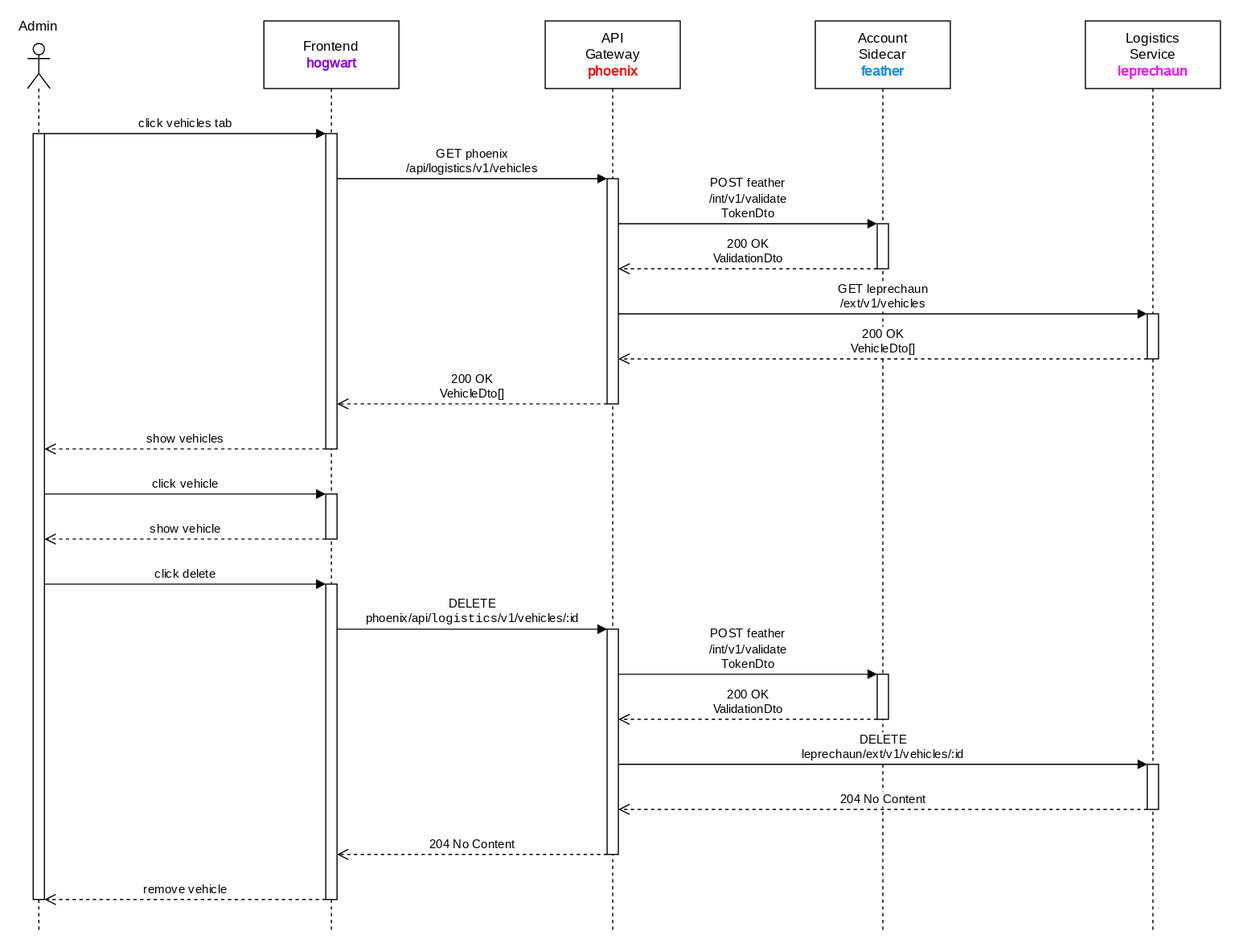
Earlier version of the draw.io export documentation/course/e2/images/sequence-diagram-leprechaun-remove-vehicle.drawio.svg (PWR-ACS-SE-24/SoftwareSystemDesign). Source tidied: cells renumbered, new cells last; positions are measured from the earlier drawing's top-left corner, leaving out a move shared by most shapes.
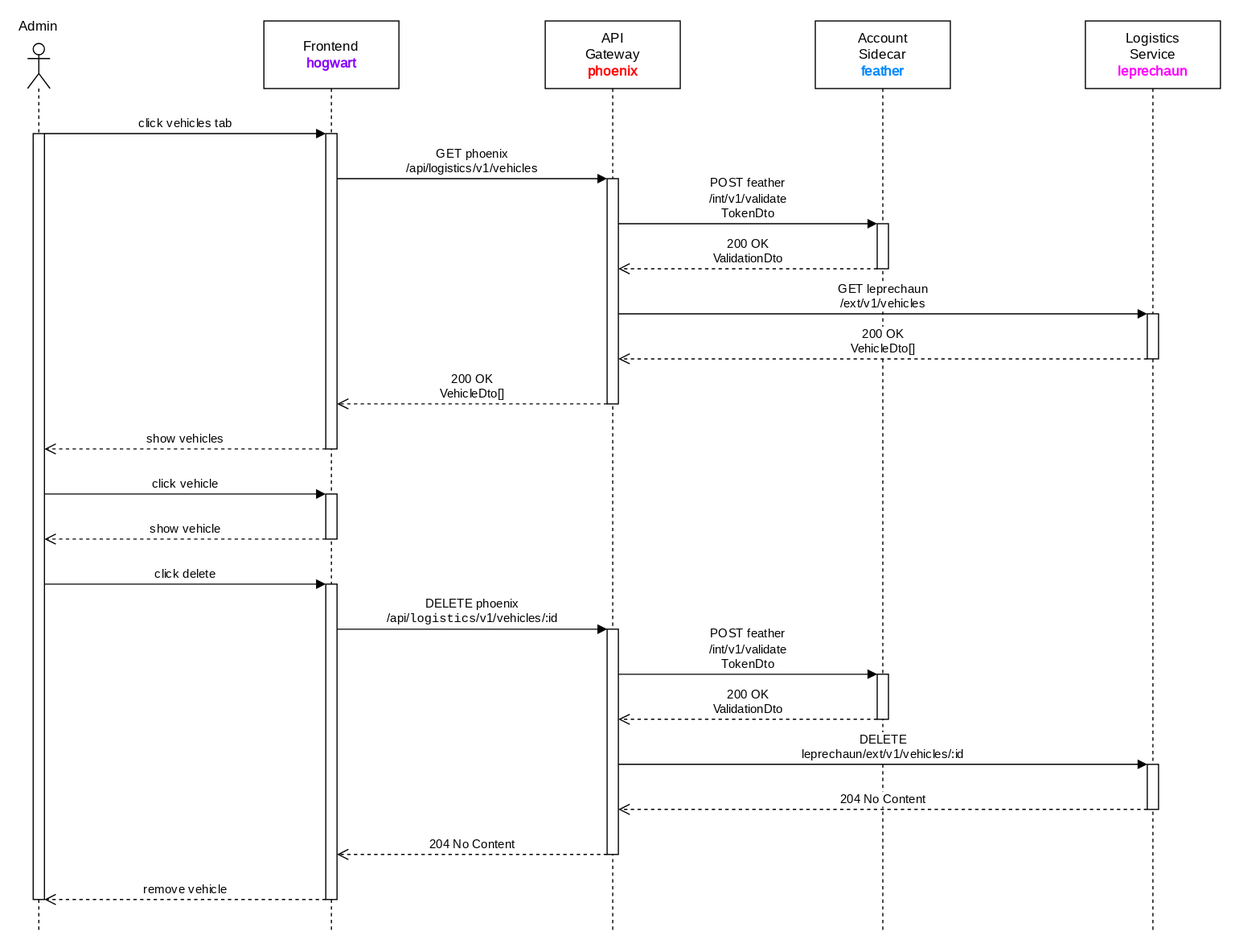
The same diagram one commit later.

What changed in the source:
```diff
@@ -102,7 +102,7 @@
         </Array>
       </mxGeometry>
     </mxCell>
-    <mxCell id="23" value="&lt;font style=&quot;font-size: 11px;&quot;&gt;DELETE &lt;br&gt;phoenix/api/&lt;/font&gt;&lt;code class=&quot;notranslate&quot;&gt;logistics&lt;/code&gt;&lt;font style=&quot;font-size: 11px;&quot;&gt;/v1/vehicles/:id&lt;/font&gt;" style="html=1;verticalAlign=bottom;endArrow=block;curved=0;rounded=0;fontFamily=JetBrains Mono;fontSource=https%3A%2F%2Ffonts.googleapis.com%2Fcss%3Ffamily%3DJetBrains%2BMono;" parent="1" edge="1" source="11" target="4">
+    <mxCell id="23" value="&lt;font style=&quot;font-size: 11px;&quot;&gt;DELETE phoenix&lt;br&gt;/api/&lt;/font&gt;&lt;code class=&quot;notranslate&quot;&gt;logistics&lt;/code&gt;&lt;font style=&quot;font-size: 11px;&quot;&gt;/v1/vehicles/:id&lt;/font&gt;" style="html=1;verticalAlign=bottom;endArrow=block;curved=0;rounded=0;fontFamily=JetBrains Mono;fontSource=https%3A%2F%2Ffonts.googleapis.com%2Fcss%3Ffamily%3DJetBrains%2BMono;" parent="1" edge="1" source="11" target="4">
       <mxGeometry relative="1" as="geometry">
         <Array as="points">
           <mxPoint x="410" y="540" />
```
